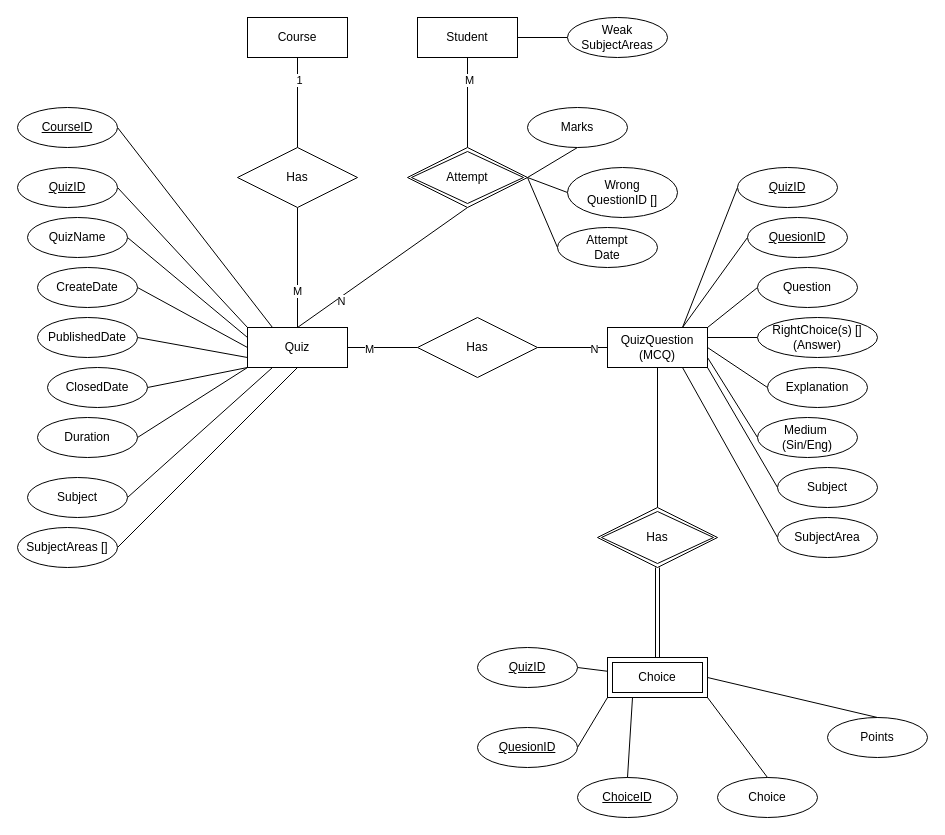
This is diagrams/QuizChart.drawio from Harsha-Gunawardane/Next-Tier-Server, a draw.io file, before an edit. Source tidied: cells renumbered, new cells numbered last; positions are measured from the earlier drawing's top-left corner, leaving out a move shared by most shapes. Both pictures are drawn from the tidied source at 100%, with x=0, y=0 at pixel (17, 17).
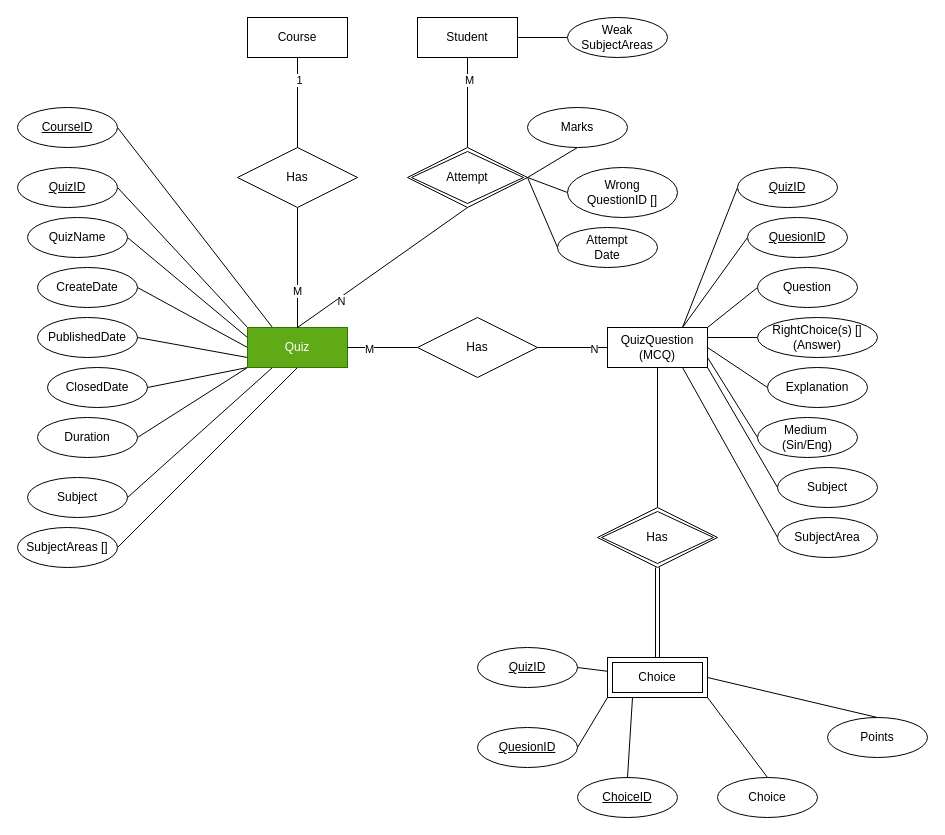
The same page after the edit.

Change to the diagram source:
```diff
@@
-    <mxCell id="11" value="Quiz" style="whiteSpace=wrap;html=1;align=center;" parent="1" vertex="1">
+    <mxCell id="11" value="Quiz" style="whiteSpace=wrap;html=1;align=center;fillColor=#60a917;fontColor=#ffffff;strokeColor=#2D7600;" parent="1" vertex="1">
       <mxGeometry x="230" y="310" width="100" height="40" as="geometry" />
     </mxCell>
```
